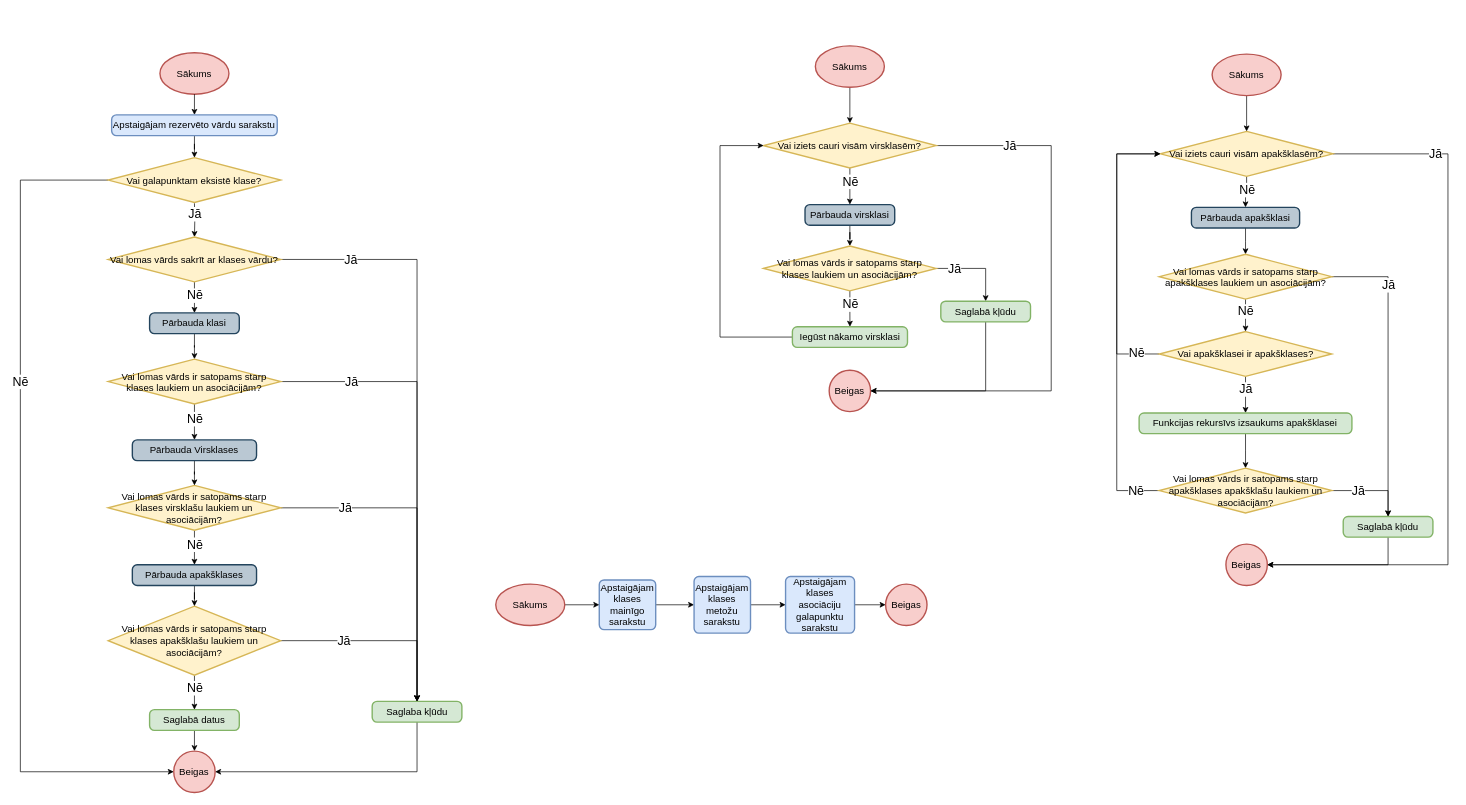
This is page "Lomas vārda pārbaude" (4 of 4) of src/Qualification project/Documentation/Diagrammas/Kompilators/Asociācijas.drawio from artiks12/webAppOS, a draw.io file, before an edit. Source tidied: cells renumbered, new cells numbered last; positions are measured from the earlier drawing's top-left corner, leaving out a move shared by most shapes. Both pictures are drawn from the tidied source at 69%, with x=0, y=0 at pixel (20, 46).
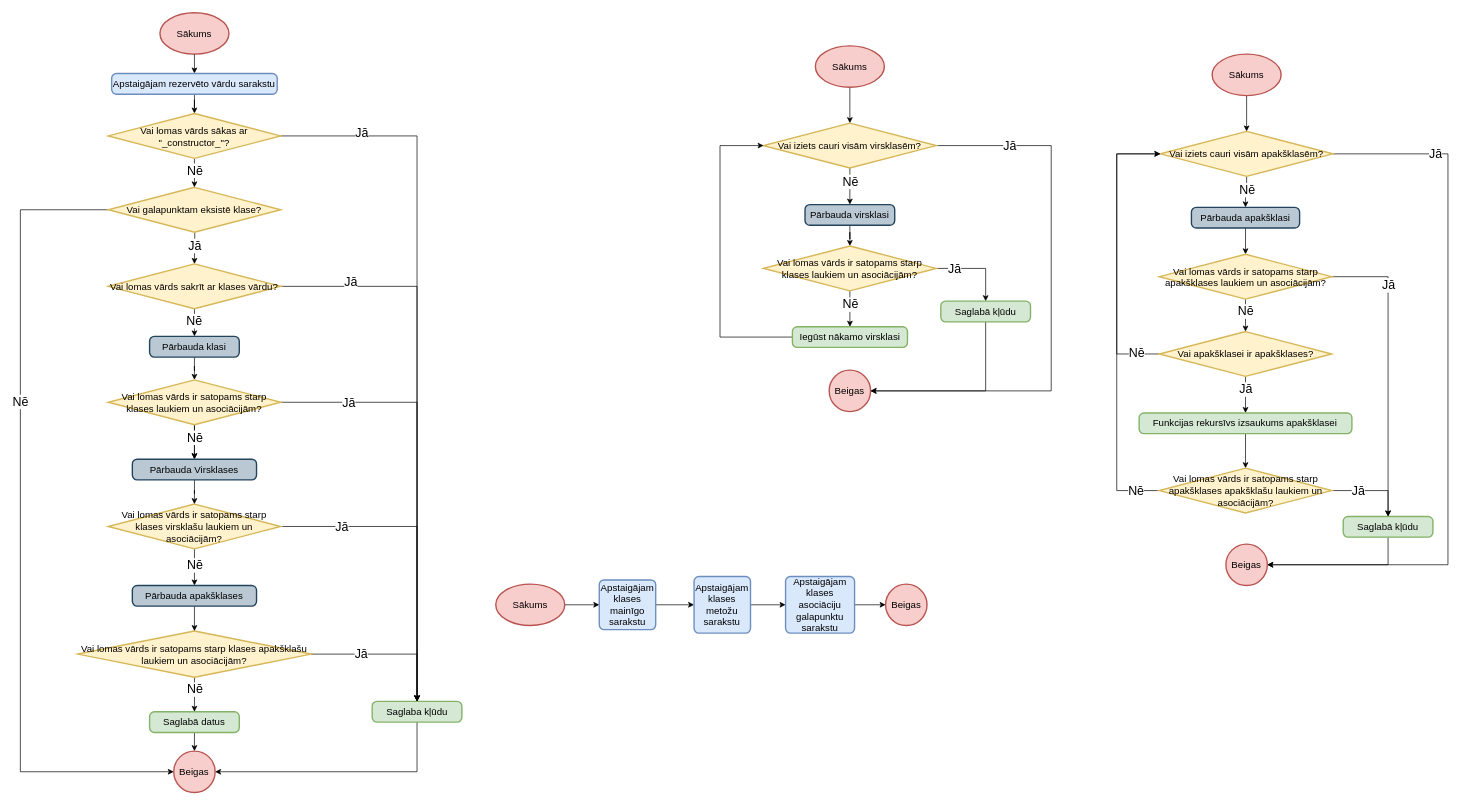
The same diagram, later.

Unchanged cells that the change refers to:
```xml
<mxCell id="5" value="Beigas" style="strokeWidth=2;html=1;shape=mxgraph.flowchart.start_2;whiteSpace=wrap;fontSize=14;fillColor=#f8cecc;strokeColor=#b85450;" parent="1" vertex="1">
  <mxGeometry x="222.3" y="1022" width="60" height="60" as="geometry" />
</mxCell>
<mxCell id="6" style="edgeStyle=orthogonalEdgeStyle;rounded=0;jettySize=auto;html=1;fontSize=18;entryX=0.5;entryY=0;entryDx=0;entryDy=0;entryPerimeter=0;" parent="1" edge="1" target="17">
  <mxGeometry relative="1" as="geometry">
    <mxPoint x="252.3" y="228" as="sourcePoint" />
  </mxGeometry>
</mxCell>
<mxCell id="13" style="edgeStyle=orthogonalEdgeStyle;rounded=0;jettySize=auto;html=1;entryX=0.5;entryY=0;entryDx=0;entryDy=0;" parent="1" edge="1" source="17" target="19">
  <mxGeometry relative="1" as="geometry" />
</mxCell>
<mxCell id="15" style="edgeStyle=orthogonalEdgeStyle;rounded=0;jettySize=auto;html=1;fontSize=18;" parent="1" edge="1" source="17" target="30">
  <mxGeometry relative="1" as="geometry" />
</mxCell>
<mxCell id="19" value="Saglaba kļūdu" style="rounded=1;whiteSpace=wrap;html=1;absoluteArcSize=1;arcSize=14;strokeWidth=2;fontSize=14;fillColor=#d5e8d4;strokeColor=#82b366;" parent="1" vertex="1">
  <mxGeometry x="509.9" y="950" width="130" height="30" as="geometry" />
</mxCell>
```

Diff of the diagram source:
```diff
@@
     <mxCell id="2" value="Sākums" style="strokeWidth=2;html=1;shape=mxgraph.flowchart.start_1;whiteSpace=wrap;fontSize=14;fillColor=#f8cecc;strokeColor=#b85450;" parent="1" vertex="1">
-      <mxGeometry x="202.3" y="10" width="100" height="60" as="geometry" />
+      <mxGeometry x="202.3" y="-48" width="100" height="60" as="geometry" />
     </mxCell>
@@
     <mxCell id="7" value="Jā" style="edgeLabel;html=1;align=center;verticalAlign=middle;fontSize=18;" parent="6" vertex="1">
-      <mxGeometry x="-0.34" relative="1" as="geometry" />
+      <mxGeometry x="-0.34" relative="1" as="geometry">
+        <mxPoint y="33" as="offset" />
+      </mxGeometry>
     </mxCell>
     <mxCell id="8" style="edgeStyle=orthogonalEdgeStyle;rounded=0;jettySize=auto;html=1;exitX=0;exitY=0.5;exitDx=0;exitDy=0;exitPerimeter=0;entryX=0;entryY=0.5;entryDx=0;entryDy=0;entryPerimeter=0;" parent="1" edge="1" source="10" target="5">
       <mxGeometry relative="1" as="geometry">
         <Array as="points">
-          <mxPoint y="195" />
+          <mxPoint y="238" />
           <mxPoint y="1052" />
         </Array>
       </mxGeometry>
     </mxCell>
@@
     <mxCell id="10" value="Vai galapunktam eksistē klase?" style="strokeWidth=2;html=1;shape=mxgraph.flowchart.decision;whiteSpace=wrap;fontSize=14;fillColor=#fff2cc;strokeColor=#d6b656;" parent="1" vertex="1">
-      <mxGeometry x="127.3" y="162" width="250" height="65" as="geometry" />
+      <mxGeometry x="127.3" y="205" width="250" height="65" as="geometry" />
     </mxCell>
-    <mxCell id="11" style="edgeStyle=orthogonalEdgeStyle;rounded=0;jettySize=auto;html=1;entryX=0.5;entryY=0;entryDx=0;entryDy=0;entryPerimeter=0;" parent="1" edge="1" source="12" target="10">
+    <mxCell id="11" style="edgeStyle=orthogonalEdgeStyle;rounded=0;jettySize=auto;html=1;entryX=0.5;entryY=0;entryDx=0;entryDy=0;entryPerimeter=0;" parent="1" edge="1" source="12" target="104">
       <mxGeometry relative="1" as="geometry" />
     </mxCell>
     <mxCell id="12" value="Apstaigājam rezervēto vārdu sarakstu" style="rounded=1;whiteSpace=wrap;html=1;absoluteArcSize=1;arcSize=14;strokeWidth=2;fontSize=14;fillColor=#dae8fc;strokeColor=#6c8ebf;" parent="1" vertex="1">
-      <mxGeometry x="132.3" y="100" width="240" height="30" as="geometry" />
+      <mxGeometry x="132.3" y="40" width="240" height="30" as="geometry" />
     </mxCell>
@@
     <mxCell id="14" value="&lt;font style=&quot;font-size: 18px&quot;&gt;Jā&lt;/font&gt;" style="edgeLabel;html=1;align=center;verticalAlign=middle;" parent="13" vertex="1">
       <mxGeometry x="0.58" y="2" relative="1" as="geometry">
-        <mxPoint x="-98" y="-463" as="offset" />
+        <mxPoint x="-98" y="-440" as="offset" />
       </mxGeometry>
     </mxCell>
@@
     <mxCell id="16" value="Nē" style="edgeLabel;html=1;align=center;verticalAlign=middle;fontSize=18;" parent="15" vertex="1">
       <mxGeometry x="-0.31" relative="1" as="geometry">
-        <mxPoint y="3" as="offset" />
+        <mxPoint x="-1" y="3" as="offset" />
       </mxGeometry>
     </mxCell>
     <mxCell id="17" value="Vai lomas vārds sakrīt ar klases vārdu?" style="strokeWidth=2;html=1;shape=mxgraph.flowchart.decision;whiteSpace=wrap;fontSize=14;fillColor=#fff2cc;strokeColor=#d6b656;" parent="1" vertex="1">
-      <mxGeometry x="127.3" y="277" width="250" height="65" as="geometry" />
+      <mxGeometry x="127.3" y="316" width="250" height="65" as="geometry" />
     </mxCell>
@@
     <mxCell id="30" value="Pārbauda klasi" style="rounded=1;whiteSpace=wrap;html=1;absoluteArcSize=1;arcSize=14;strokeWidth=2;fontSize=14;fillColor=#bac8d3;strokeColor=#23445d;" parent="1" vertex="1">
-      <mxGeometry x="187.3" y="387" width="130" height="30" as="geometry" />
+      <mxGeometry x="187.3" y="421" width="130" height="30" as="geometry" />
     </mxCell>
     <mxCell id="31" style="edgeStyle=orthogonalEdgeStyle;rounded=0;jettySize=auto;html=1;entryX=0.5;entryY=0;entryDx=0;entryDy=0;fontSize=18;exitX=1;exitY=0.5;exitDx=0;exitDy=0;exitPerimeter=0;" parent="1" edge="1" source="34" target="19">
       <mxGeometry relative="1" as="geometry">
         <Array as="points">
-          <mxPoint x="575" y="487" />
+          <mxPoint x="377" y="516" />
+          <mxPoint x="575" y="516" />
         </Array>
       </mxGeometry>
     </mxCell>
@@
+    <mxCell id="99" style="edgeStyle=orthogonalEdgeStyle;rounded=0;jettySize=auto;html=1;" parent="1" edge="1" source="34" target="49">
+      <mxGeometry relative="1" as="geometry" />
+    </mxCell>
     <mxCell id="34" value="Vai lomas vārds ir satopams starp klases laukiem un asociācijām?" style="strokeWidth=2;html=1;shape=mxgraph.flowchart.decision;whiteSpace=wrap;fontSize=14;fillColor=#fff2cc;strokeColor=#d6b656;" parent="1" vertex="1">
-      <mxGeometry x="127.3" y="454" width="250" height="65" as="geometry" />
+      <mxGeometry x="127.3" y="484" width="250" height="65" as="geometry" />
     </mxCell>
@@
     <mxCell id="36" style="edgeStyle=orthogonalEdgeStyle;rounded=0;jettySize=auto;html=1;entryX=0.5;entryY=0;entryDx=0;entryDy=0;fontSize=18;exitX=1;exitY=0.5;exitDx=0;exitDy=0;exitPerimeter=0;" parent="1" edge="1" source="38" target="19">
       <mxGeometry relative="1" as="geometry">
         <Array as="points">
-          <mxPoint x="575" y="670" />
+          <mxPoint x="575" y="696" />
         </Array>
       </mxGeometry>
     </mxCell>
@@
     <mxCell id="38" value="Vai lomas vārds ir satopams starp klases virsklašu laukiem un asociācijām?" style="strokeWidth=2;html=1;shape=mxgraph.flowchart.decision;whiteSpace=wrap;fontSize=14;fillColor=#fff2cc;strokeColor=#d6b656;" parent="1" vertex="1">
-      <mxGeometry x="127.3" y="637" width="250" height="65" as="geometry" />
+      <mxGeometry x="127.3" y="664" width="250" height="65" as="geometry" />
     </mxCell>
-    <mxCell id="39" style="edgeStyle=orthogonalEdgeStyle;rounded=0;jettySize=auto;html=1;entryX=0.5;entryY=0;entryDx=0;entryDy=0;fontSize=18;" parent="1" edge="1" source="43" target="19">
+    <mxCell id="39" style="edgeStyle=orthogonalEdgeStyle;rounded=0;jettySize=auto;html=1;entryX=0.5;entryY=0;entryDx=0;entryDy=0;fontSize=18;exitX=1;exitY=0.5;exitDx=0;exitDy=0;exitPerimeter=0;" parent="1" edge="1" source="43" target="19">
       <mxGeometry relative="1" as="geometry">
         <Array as="points">
-          <mxPoint x="575" y="862" />
+          <mxPoint x="575" y="882" />
         </Array>
       </mxGeometry>
     </mxCell>
@@
     <mxCell id="43" value="Vai lomas vārds ir satopams starp klases apakšklašu laukiem un asociācijām?" style="strokeWidth=2;html=1;shape=mxgraph.flowchart.decision;whiteSpace=wrap;fontSize=14;fillColor=#fff2cc;strokeColor=#d6b656;" parent="1" vertex="1">
-      <mxGeometry x="127.3" y="812" width="250" height="100" as="geometry" />
+      <mxGeometry x="83.2" y="848" width="338.3" height="67" as="geometry" />
     </mxCell>
     <mxCell id="44" value="Saglabā datus" style="rounded=1;whiteSpace=wrap;html=1;absoluteArcSize=1;arcSize=14;strokeWidth=2;fontSize=14;fillColor=#d5e8d4;strokeColor=#82b366;" parent="1" vertex="1">
-      <mxGeometry x="187.3" y="962" width="130" height="30" as="geometry" />
+      <mxGeometry x="187.3" y="965" width="130" height="30" as="geometry" />
     </mxCell>
@@
     <mxCell id="46" value="Pārbauda apakšklases" style="rounded=1;whiteSpace=wrap;html=1;absoluteArcSize=1;arcSize=14;strokeWidth=2;fontSize=14;fillColor=#bac8d3;strokeColor=#23445d;" parent="1" vertex="1">
-      <mxGeometry x="162.3" y="752" width="180" height="30" as="geometry" />
+      <mxGeometry x="162.3" y="782" width="180" height="30" as="geometry" />
     </mxCell>
     <mxCell id="47" value="&lt;font style=&quot;font-size: 18px&quot;&gt;Nē&lt;/font&gt;" style="edgeLabel;html=1;align=center;verticalAlign=middle;" parent="1" vertex="1">
-      <mxGeometry x="252.3" y="722" as="geometry" />
+      <mxGeometry x="252.3" y="752" as="geometry" />
     </mxCell>
@@
     <mxCell id="49" value="Pārbauda Virsklases" style="rounded=1;whiteSpace=wrap;html=1;absoluteArcSize=1;arcSize=14;strokeWidth=2;fontSize=14;fillColor=#bac8d3;strokeColor=#23445d;" parent="1" vertex="1">
-      <mxGeometry x="162.3" y="571" width="180" height="30" as="geometry" />
+      <mxGeometry x="162.3" y="599" width="180" height="30" as="geometry" />
     </mxCell>
     <mxCell id="50" value="Nē" style="edgeLabel;html=1;align=center;verticalAlign=middle;fontSize=18;" parent="1" vertex="1">
-      <mxGeometry x="252.3" y="540" as="geometry" />
+      <mxGeometry x="252.3" y="567" as="geometry" />
     </mxCell>
@@
+    <mxCell id="100" style="edgeStyle=orthogonalEdgeStyle;rounded=0;jettySize=auto;html=1;entryX=0.5;entryY=0;entryDx=0;entryDy=0;entryPerimeter=0;" parent="1" edge="1" source="104" target="10">
+      <mxGeometry relative="1" as="geometry" />
+    </mxCell>
+    <mxCell id="101" value="&lt;font style=&quot;font-size: 18px&quot;&gt;Nē&lt;/font&gt;" style="edgeLabel;html=1;align=center;verticalAlign=middle;" parent="100" vertex="1">
+      <mxGeometry x="-0.33" relative="1" as="geometry">
+        <mxPoint y="3" as="offset" />
+      </mxGeometry>
+    </mxCell>
+    <mxCell id="102" style="edgeStyle=orthogonalEdgeStyle;rounded=0;jettySize=auto;html=1;entryX=0.5;entryY=0;entryDx=0;entryDy=0;fontSize=18;" parent="1" edge="1" source="104" target="19">
+      <mxGeometry relative="1" as="geometry" />
+    </mxCell>
+    <mxCell id="103" value="Jā" style="edgeLabel;html=1;align=center;verticalAlign=middle;fontSize=18;" parent="102" vertex="1">
+      <mxGeometry x="-0.77" y="4" relative="1" as="geometry" />
+    </mxCell>
+    <mxCell id="104" value="Vai lomas vārds sākas ar &quot;_constructor_&quot;?" style="strokeWidth=2;html=1;shape=mxgraph.flowchart.decision;whiteSpace=wrap;fontSize=14;fillColor=#fff2cc;strokeColor=#d6b656;" parent="1" vertex="1">
+      <mxGeometry x="127.3" y="98" width="250" height="65" as="geometry" />
+    </mxCell>
```
